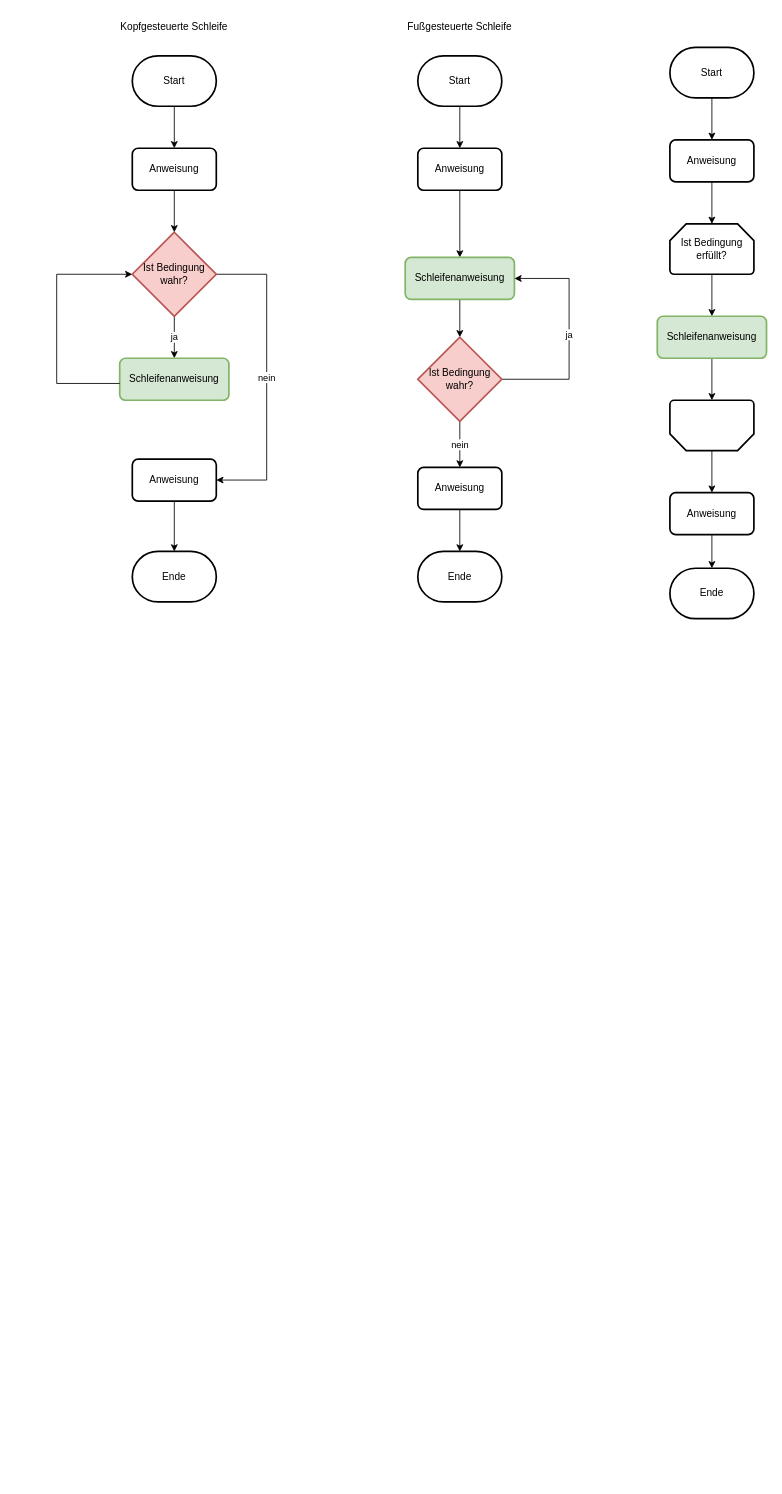
KSchenker/programmierlogik-2024 keeps this draw.io diagram as projekte/Java-Fundamentals/P008-Schleifen/src/Wiederholungen-Schleifen.drawio. Above is the earlier version. Source tidied: cells renumbered, new cells numbered last; positions are measured from the earlier drawing's top-left corner, leaving out a move shared by most shapes. Both pictures are drawn from the tidied source at 84%, with x=0, y=0 at pixel (56, 14).
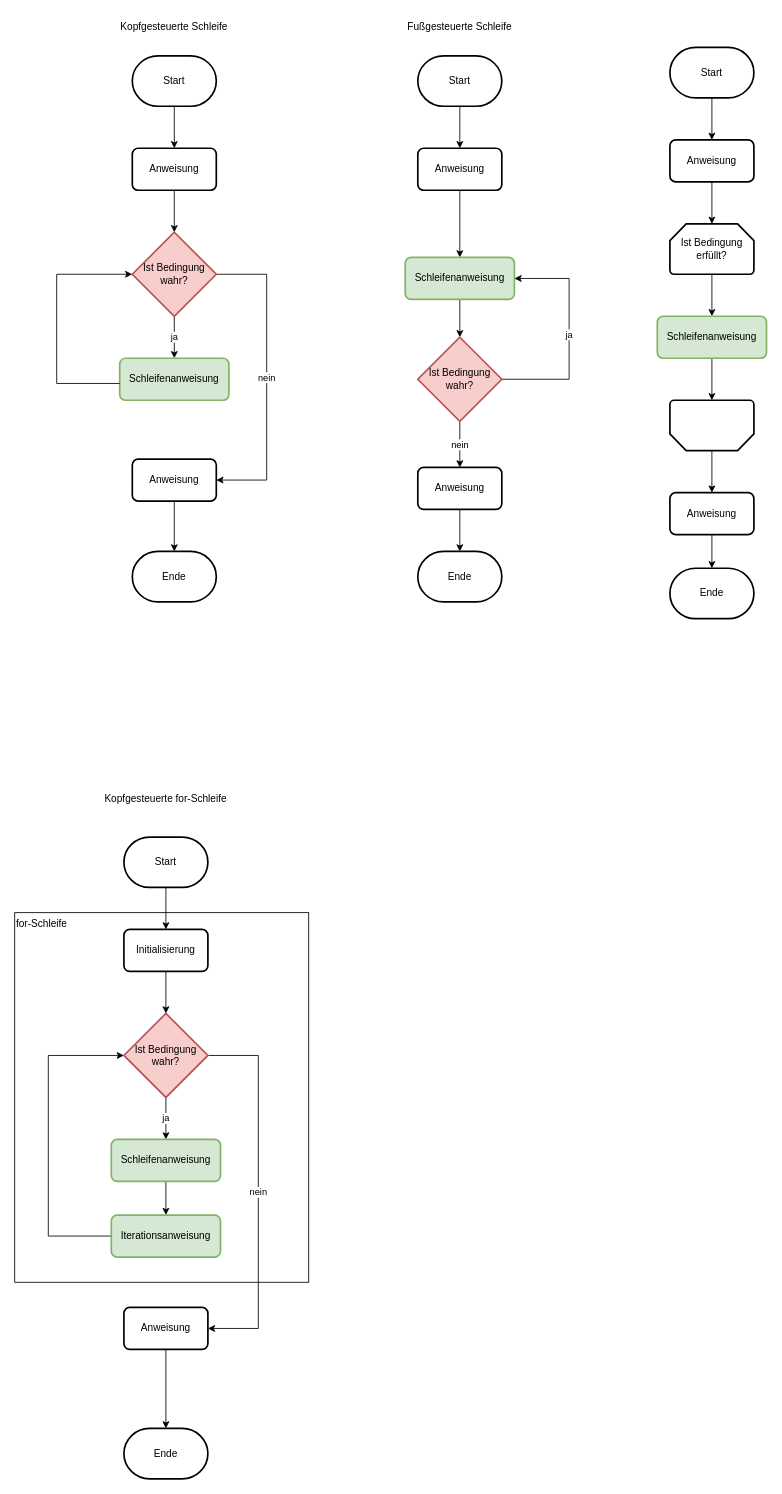
The same page after the edit.

Commit message (it also covers changes not shown here):
Diagramme zu Schleifen

Diff of the diagram source:
```diff
@@
+    <mxCell id="41" value="for-Schleife" style="rounded=0;whiteSpace=wrap;html=1;align=left;verticalAlign=top;" parent="1" vertex="1">
+      <mxGeometry x="-50" y="1069" width="350" height="440" as="geometry" />
+    </mxCell>
@@
+    <mxCell id="42" style="edgeStyle=orthogonalEdgeStyle;rounded=0;jettySize=auto;html=1;" parent="1" edge="1" source="43" target="49">
+      <mxGeometry relative="1" as="geometry" />
+    </mxCell>
+    <mxCell id="43" value="Start" style="strokeWidth=2;html=1;shape=mxgraph.flowchart.terminator;whiteSpace=wrap;" parent="1" vertex="1">
+      <mxGeometry x="80" y="979" width="100" height="60" as="geometry" />
+    </mxCell>
+    <mxCell id="44" value="Ende" style="strokeWidth=2;html=1;shape=mxgraph.flowchart.terminator;whiteSpace=wrap;" parent="1" vertex="1">
+      <mxGeometry x="80" y="1683" width="100" height="60" as="geometry" />
+    </mxCell>
+    <mxCell id="45" value="ja" style="edgeStyle=orthogonalEdgeStyle;rounded=0;jettySize=auto;html=1;" parent="1" edge="1" source="47" target="51">
+      <mxGeometry relative="1" as="geometry" />
+    </mxCell>
+    <mxCell id="46" value="nein" style="edgeStyle=orthogonalEdgeStyle;rounded=0;jettySize=auto;html=1;entryX=1;entryY=0.5;entryDx=0;entryDy=0;" parent="1" edge="1" source="47" target="54">
+      <mxGeometry relative="1" as="geometry">
+        <Array as="points">
+          <mxPoint x="240" y="1239" />
+          <mxPoint x="240" y="1564" />
+        </Array>
+      </mxGeometry>
+    </mxCell>
+    <mxCell id="47" value="Ist Bedingung wahr?" style="strokeWidth=2;html=1;shape=mxgraph.flowchart.decision;whiteSpace=wrap;fillColor=#f8cecc;strokeColor=#b85450;" parent="1" vertex="1">
+      <mxGeometry x="80" y="1189" width="100" height="100" as="geometry" />
+    </mxCell>
+    <mxCell id="48" style="edgeStyle=orthogonalEdgeStyle;rounded=0;jettySize=auto;html=1;" parent="1" edge="1" source="49" target="47">
+      <mxGeometry relative="1" as="geometry" />
+    </mxCell>
+    <mxCell id="49" value="Initialisierung" style="rounded=1;whiteSpace=wrap;html=1;absoluteArcSize=1;arcSize=14;strokeWidth=2;" parent="1" vertex="1">
+      <mxGeometry x="80" y="1089" width="100" height="50" as="geometry" />
+    </mxCell>
+    <mxCell id="50" style="edgeStyle=orthogonalEdgeStyle;rounded=0;jettySize=auto;html=1;" parent="1" edge="1" source="51" target="56">
+      <mxGeometry relative="1" as="geometry" />
+    </mxCell>
+    <mxCell id="51" value="Schleifenanweisung" style="rounded=1;whiteSpace=wrap;html=1;absoluteArcSize=1;arcSize=14;strokeWidth=2;fillColor=#d5e8d4;strokeColor=#82b366;" parent="1" vertex="1">
+      <mxGeometry x="65" y="1339" width="130" height="50" as="geometry" />
+    </mxCell>
+    <mxCell id="52" style="edgeStyle=orthogonalEdgeStyle;rounded=0;jettySize=auto;html=1;entryX=0;entryY=0.5;entryDx=0;entryDy=0;entryPerimeter=0;exitX=0;exitY=0.5;exitDx=0;exitDy=0;" parent="1" edge="1" source="56" target="47">
+      <mxGeometry relative="1" as="geometry">
+        <Array as="points">
+          <mxPoint x="-10" y="1454" />
+          <mxPoint x="-10" y="1239" />
+        </Array>
+      </mxGeometry>
+    </mxCell>
+    <mxCell id="53" style="edgeStyle=orthogonalEdgeStyle;rounded=0;jettySize=auto;html=1;" parent="1" edge="1" source="54" target="44">
+      <mxGeometry relative="1" as="geometry" />
+    </mxCell>
+    <mxCell id="54" value="Anweisung" style="rounded=1;whiteSpace=wrap;html=1;absoluteArcSize=1;arcSize=14;strokeWidth=2;" parent="1" vertex="1">
+      <mxGeometry x="80" y="1539" width="100" height="50" as="geometry" />
+    </mxCell>
+    <mxCell id="55" value="Kopfgesteuerte for-Schleife" style="text;html=1;align=center;verticalAlign=middle;whiteSpace=wrap;rounded=0;" parent="1" vertex="1">
+      <mxGeometry x="50" y="919" width="160" height="30" as="geometry" />
+    </mxCell>
+    <mxCell id="56" value="Iterationsanweisung" style="rounded=1;whiteSpace=wrap;html=1;absoluteArcSize=1;arcSize=14;strokeWidth=2;fillColor=#d5e8d4;strokeColor=#82b366;" parent="1" vertex="1">
+      <mxGeometry x="65" y="1429" width="130" height="50" as="geometry" />
+    </mxCell>
```
